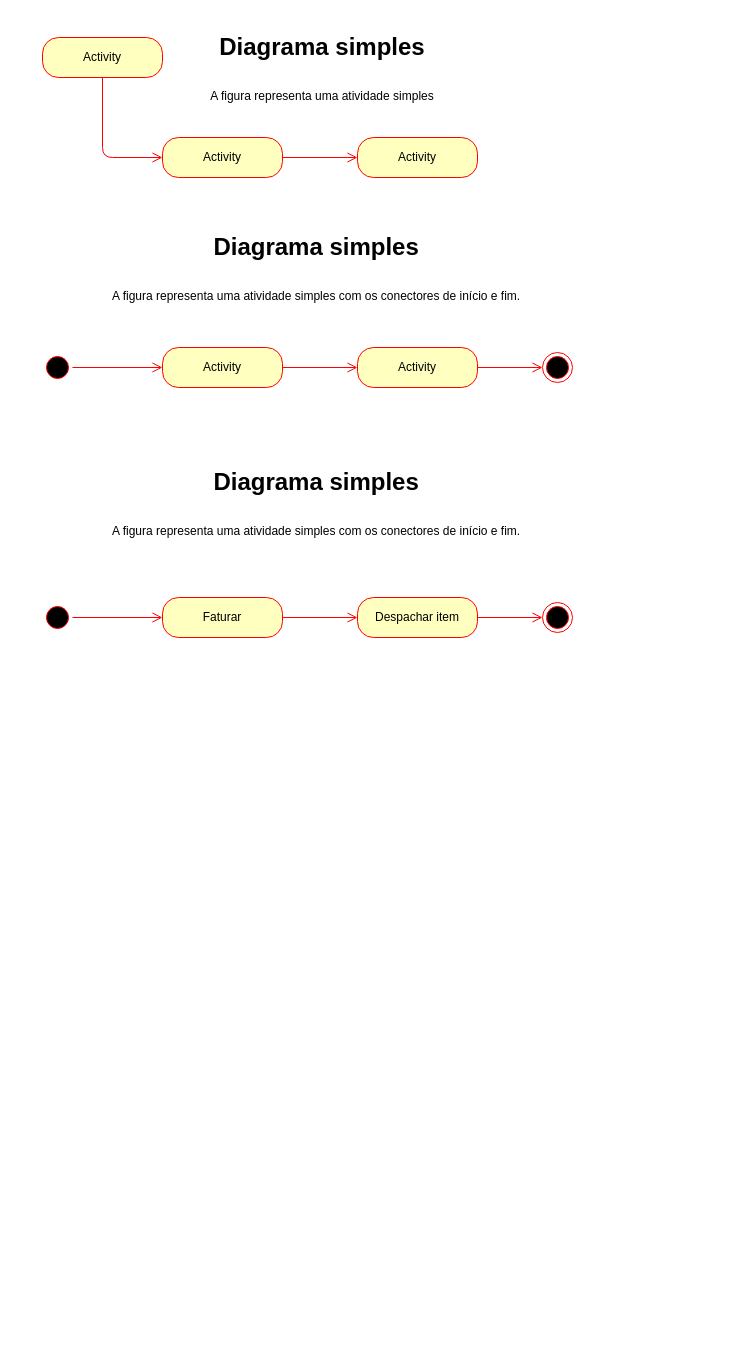
The draw.io diagram page "Exemplo simples atividade" (1 of 7) of Outros/POO UML/Aula 3/Diagrama de atividades.drawio in luiscarlosjunior/aulas-graduacao, before the edit. Source tidied: cells renumbered, new cells numbered last; positions are measured from the earlier drawing's top-left corner, leaving out a move shared by most shapes. Both pictures are drawn from the tidied source at 100%, with x=0, y=0 at pixel (42, 27).
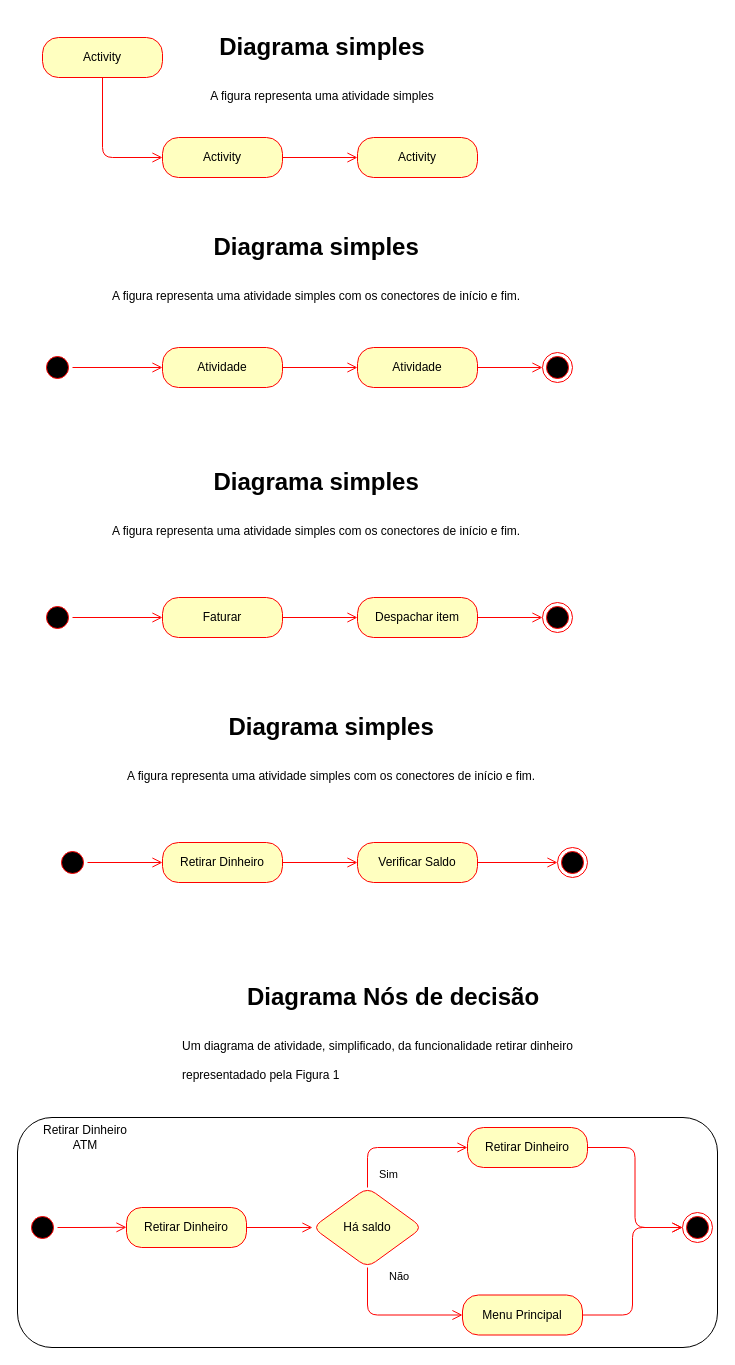
The same page after the edit.

What changed in the source:
```diff
@@
-    <mxCell id="2" value="Activity" style="rounded=1;whiteSpace=wrap;html=1;arcSize=40;fontColor=#000000;fillColor=#ffffc0;strokeColor=#ff0000;" parent="1" vertex="1">
+    <mxCell id="2" value="Atividade" style="rounded=1;whiteSpace=wrap;html=1;arcSize=40;fontColor=#000000;fillColor=#ffffc0;strokeColor=#ff0000;" parent="1" vertex="1">
       <mxGeometry x="120" y="320" width="120" height="40" as="geometry" />
     </mxCell>
@@
-    <mxCell id="4" value="Activity" style="rounded=1;whiteSpace=wrap;html=1;arcSize=40;fontColor=#000000;fillColor=#ffffc0;strokeColor=#ff0000;" parent="1" vertex="1">
+    <mxCell id="4" value="Atividade" style="rounded=1;whiteSpace=wrap;html=1;arcSize=40;fontColor=#000000;fillColor=#ffffc0;strokeColor=#ff0000;" parent="1" vertex="1">
       <mxGeometry x="315" y="320" width="120" height="40" as="geometry" />
     </mxCell>
@@
+    <mxCell id="24" value="Retirar Dinheiro" style="rounded=1;whiteSpace=wrap;html=1;arcSize=40;fontColor=#000000;fillColor=#ffffc0;strokeColor=#ff0000;" parent="1" vertex="1">
+      <mxGeometry x="120" y="815" width="120" height="40" as="geometry" />
+    </mxCell>
+    <mxCell id="25" style="edgeStyle=orthogonalEdgeStyle;html=1;verticalAlign=bottom;endArrow=open;endSize=8;strokeColor=#ff0000;entryX=0;entryY=0.5;entryDx=0;entryDy=0;" parent="1" edge="1" source="24" target="26">
+      <mxGeometry relative="1" as="geometry" />
+    </mxCell>
+    <mxCell id="26" value="Verificar Saldo" style="rounded=1;whiteSpace=wrap;html=1;arcSize=40;fontColor=#000000;fillColor=#ffffc0;strokeColor=#ff0000;" parent="1" vertex="1">
+      <mxGeometry x="315" y="815" width="120" height="40" as="geometry" />
+    </mxCell>
+    <mxCell id="27" style="ellipse;html=1;shape=endState;fillColor=#000000;strokeColor=#ff0000;" parent="1" vertex="1">
+      <mxGeometry x="515" y="820" width="30" height="30" as="geometry" />
+    </mxCell>
+    <mxCell id="28" style="ellipse;html=1;shape=startState;fillColor=#000000;strokeColor=#ff0000;" parent="1" vertex="1">
+      <mxGeometry x="15" y="820" width="30" height="30" as="geometry" />
+    </mxCell>
+    <mxCell id="29" style="edgeStyle=orthogonalEdgeStyle;html=1;verticalAlign=bottom;endArrow=open;endSize=8;strokeColor=#ff0000;entryX=0;entryY=0.5;entryDx=0;entryDy=0;" parent="1" edge="1" source="28" target="24">
+      <mxGeometry relative="1" as="geometry" />
+    </mxCell>
+    <mxCell id="30" style="edgeStyle=orthogonalEdgeStyle;html=1;verticalAlign=bottom;endArrow=open;endSize=8;strokeColor=#ff0000;entryX=0;entryY=0.5;entryDx=0;entryDy=0;exitX=1;exitY=0.5;exitDx=0;exitDy=0;" parent="1" edge="1" source="26" target="27">
+      <mxGeometry relative="1" as="geometry" />
+    </mxCell>
+    <mxCell id="31" value="&lt;h1 style=&quot;text-align: center&quot;&gt;&lt;span&gt;Diagrama simples&lt;/span&gt;&lt;/h1&gt;&lt;h1&gt;&lt;span style=&quot;font-size: 12px ; font-weight: 400&quot;&gt;A figura representa uma atividade simples com os conectores de início e fim.&lt;/span&gt;&lt;/h1&gt;" style="text;html=1;strokeColor=none;fillColor=none;spacing=5;spacingTop=-20;whiteSpace=wrap;overflow=hidden;rounded=0;" parent="1" vertex="1">
+      <mxGeometry x="80" y="680" width="430" height="95" as="geometry" />
+    </mxCell>
+    <mxCell id="32" value="&lt;h1 style=&quot;text-align: center&quot;&gt;&lt;span&gt;Diagrama Nós de decisão&lt;/span&gt;&lt;/h1&gt;&lt;h1&gt;&lt;span style=&quot;font-size: 12px ; font-weight: 400&quot;&gt;Um diagrama de atividade, simplificado, da funcionalidade retirar dinheiro representadado pela Figura 1&lt;/span&gt;&lt;/h1&gt;" style="text;html=1;strokeColor=none;fillColor=none;spacing=5;spacingTop=-20;whiteSpace=wrap;overflow=hidden;rounded=0;" parent="1" vertex="1">
+      <mxGeometry x="135" y="950" width="430" height="110" as="geometry" />
+    </mxCell>
+    <mxCell id="33" style="rounded=1;whiteSpace=wrap;html=1;fillColor=none;" parent="1" vertex="1">
+      <mxGeometry x="-25" y="1090" width="700" height="230" as="geometry" />
+    </mxCell>
+    <mxCell id="34" value="Retirar Dinheiro" style="rounded=1;whiteSpace=wrap;html=1;arcSize=38;fontColor=#000000;fillColor=#ffffc0;strokeColor=#ff0000;" parent="1" vertex="1">
+      <mxGeometry x="84" y="1180" width="120" height="40" as="geometry" />
+    </mxCell>
+    <mxCell id="35" style="edgeStyle=orthogonalEdgeStyle;html=1;verticalAlign=bottom;endArrow=open;endSize=8;strokeColor=#ff0000;entryX=0;entryY=0.5;entryDx=0;entryDy=0;" parent="1" edge="1" source="34" target="39">
+      <mxGeometry relative="1" as="geometry" />
+    </mxCell>
+    <mxCell id="36" value="Menu Principal" style="rounded=1;whiteSpace=wrap;html=1;arcSize=40;fontColor=#000000;fillColor=#ffffc0;strokeColor=#ff0000;" parent="1" vertex="1">
+      <mxGeometry x="420" y="1267.5" width="120" height="40" as="geometry" />
+    </mxCell>
+    <mxCell id="37" value="Retirar Dinheiro ATM" style="text;html=1;strokeColor=none;fillColor=none;align=center;verticalAlign=middle;whiteSpace=wrap;rounded=0;" parent="1" vertex="1">
+      <mxGeometry x="-10" y="1100" width="106" height="20" as="geometry" />
+    </mxCell>
+    <mxCell id="38" value="Retirar Dinheiro" style="rounded=1;whiteSpace=wrap;html=1;arcSize=40;fontColor=#000000;fillColor=#ffffc0;strokeColor=#ff0000;" parent="1" vertex="1">
+      <mxGeometry x="425" y="1100" width="120" height="40" as="geometry" />
+    </mxCell>
+    <mxCell id="39" value="Há saldo" style="rhombus;whiteSpace=wrap;html=1;fillColor=#ffffc0;strokeColor=#ff0000;rounded=1;sketch=0;" parent="1" vertex="1">
+      <mxGeometry x="270" y="1160" width="110" height="80" as="geometry" />
+    </mxCell>
+    <mxCell id="40" value="Não" style="edgeStyle=orthogonalEdgeStyle;html=1;align=left;verticalAlign=bottom;endArrow=open;endSize=8;strokeColor=#ff0000;entryX=0;entryY=0.5;entryDx=0;entryDy=0;exitX=0.5;exitY=1;exitDx=0;exitDy=0;" parent="1" edge="1" source="39" target="36">
+      <mxGeometry x="-0.75" y="20" relative="1" as="geometry" />
+    </mxCell>
+    <mxCell id="41" value="Sim" style="edgeStyle=orthogonalEdgeStyle;html=1;align=left;verticalAlign=top;endArrow=open;endSize=8;strokeColor=#ff0000;entryX=0;entryY=0.5;entryDx=0;entryDy=0;exitX=0.5;exitY=0;exitDx=0;exitDy=0;" parent="1" edge="1" source="39" target="38">
+      <mxGeometry x="-0.63" y="-10" relative="1" as="geometry" />
+    </mxCell>
+    <mxCell id="42" style="ellipse;html=1;shape=startState;fillColor=#000000;strokeColor=#ff0000;" parent="1" vertex="1">
+      <mxGeometry x="-15" y="1185" width="30" height="30" as="geometry" />
+    </mxCell>
+    <mxCell id="43" style="edgeStyle=orthogonalEdgeStyle;html=1;verticalAlign=bottom;endArrow=open;endSize=8;strokeColor=#ff0000;entryX=0;entryY=0.5;entryDx=0;entryDy=0;" parent="1" edge="1" source="42">
+      <mxGeometry relative="1" as="geometry">
+        <mxPoint x="84" y="1199.8" as="targetPoint" />
+      </mxGeometry>
+    </mxCell>
+    <mxCell id="44" style="ellipse;html=1;shape=endState;fillColor=#000000;strokeColor=#ff0000;" parent="1" vertex="1">
+      <mxGeometry x="640" y="1185" width="30" height="30" as="geometry" />
+    </mxCell>
+    <mxCell id="45" style="edgeStyle=orthogonalEdgeStyle;html=1;verticalAlign=bottom;endArrow=open;endSize=8;strokeColor=#ff0000;entryX=0;entryY=0.5;entryDx=0;entryDy=0;" parent="1" edge="1" source="38" target="44">
+      <mxGeometry relative="1" as="geometry" />
+    </mxCell>
+    <mxCell id="46" style="edgeStyle=orthogonalEdgeStyle;html=1;verticalAlign=bottom;endArrow=open;endSize=8;strokeColor=#ff0000;exitX=1;exitY=0.5;exitDx=0;exitDy=0;" parent="1" edge="1" source="36">
+      <mxGeometry relative="1" as="geometry">
+        <mxPoint x="640" y="1200" as="targetPoint" />
+        <Array as="points">
+          <mxPoint x="590" y="1288" />
+          <mxPoint x="590" y="1200" />
+        </Array>
+      </mxGeometry>
+    </mxCell>
```
